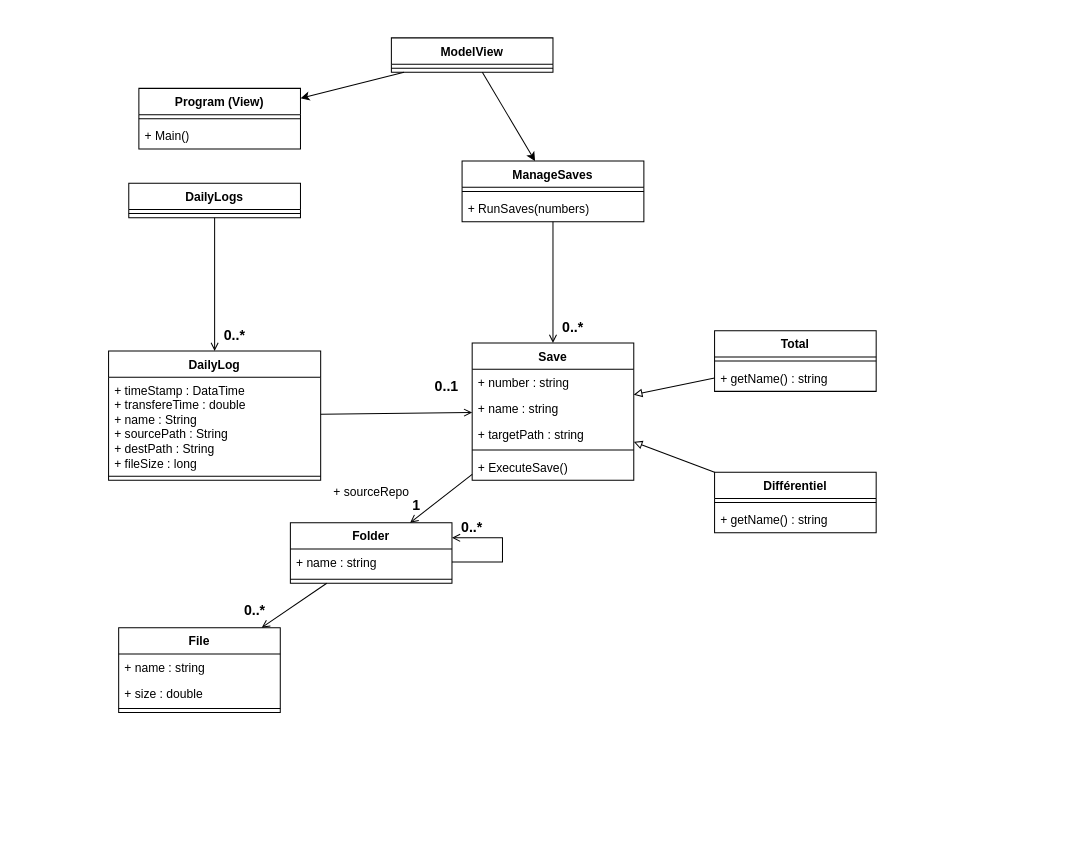
This is page "Classe" (1 of 4) of EazySave-Master/docs/Diagrammes/UML.drawio from Rudoni/EazySave, a draw.io file, before an edit. Source tidied: cells renumbered, new cells numbered last; positions are measured from the earlier drawing's top-left corner, leaving out a move shared by most shapes. Both pictures are drawn from the tidied source at 101%, with x=0, y=0 at pixel (108, 37).
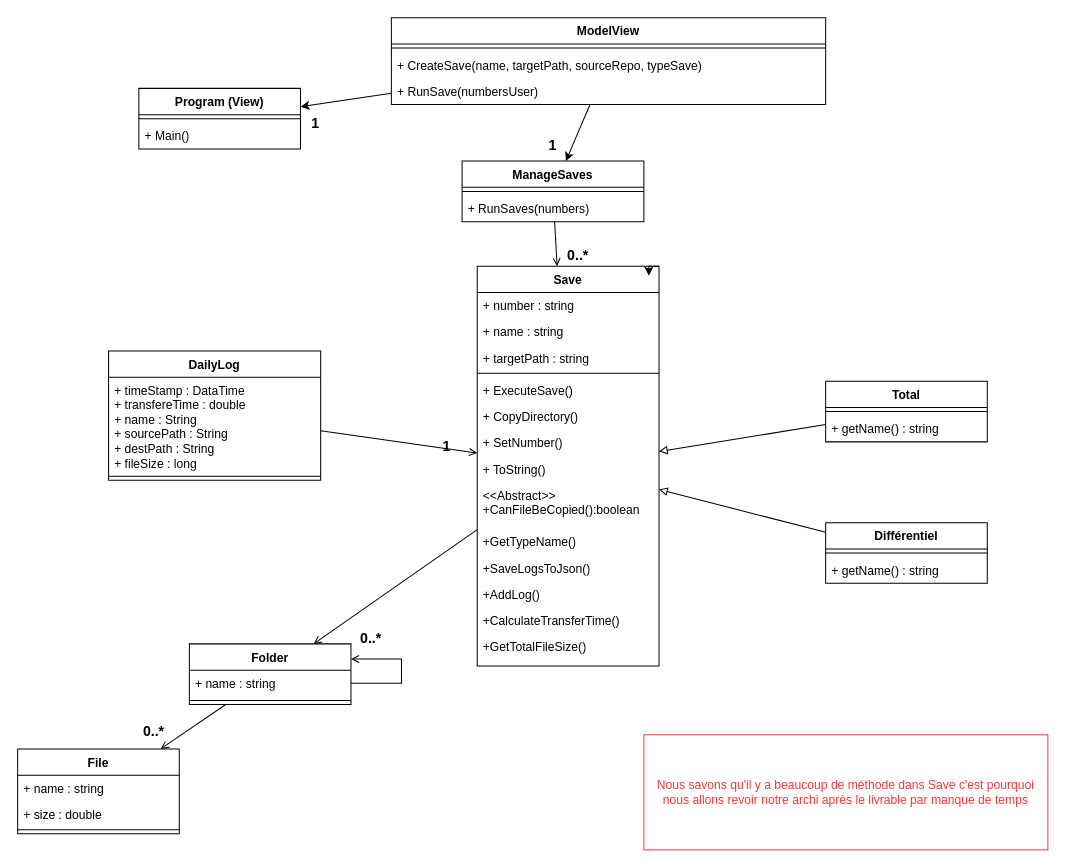
The same page after the edit.

Commit message (it also covers changes not shown here):
Add convert List to Json + Refont Classe Log + Add log to Save + Modification UML : Classe / Seq : CreateSave - RunSave

Unchanged cells that the change refers to:
```xml
<mxCell id="36" value="DailyLog" style="swimlane;fontStyle=1;align=center;verticalAlign=top;horizontal=1;startSize=26;whiteSpace=wrap;html=1;" parent="1" vertex="1">
  <mxGeometry y="310" width="210" height="128" as="geometry" />
</mxCell>
```

The edit, as a diff of the source:
```diff
@@
     <mxCell id="2" value="Save" style="swimlane;fontStyle=1;align=center;verticalAlign=top;horizontal=1;startSize=26;whiteSpace=wrap;html=1;" parent="1" vertex="1">
-      <mxGeometry x="360" y="302" width="160" height="136" as="geometry" />
+      <mxGeometry x="365" y="226" width="180" height="396" as="geometry" />
     </mxCell>
     <mxCell id="3" value="+ number : string" style="text;strokeColor=none;fillColor=none;align=left;verticalAlign=top;spacingLeft=4;spacingRight=4;overflow=hidden;whiteSpace=wrap;html=1;" parent="2" vertex="1">
-      <mxGeometry y="26" width="160" height="26" as="geometry" />
+      <mxGeometry y="26" width="180" height="26" as="geometry" />
     </mxCell>
     <mxCell id="4" value="+ name : string" style="text;strokeColor=none;fillColor=none;align=left;verticalAlign=top;spacingLeft=4;spacingRight=4;overflow=hidden;whiteSpace=wrap;html=1;" parent="2" vertex="1">
-      <mxGeometry y="52" width="160" height="26" as="geometry" />
+      <mxGeometry y="52" width="180" height="26" as="geometry" />
     </mxCell>
     <mxCell id="5" value="+ targetPath : string" style="text;strokeColor=none;fillColor=none;align=left;verticalAlign=top;spacingLeft=4;spacingRight=4;overflow=hidden;whiteSpace=wrap;html=1;" parent="2" vertex="1">
-      <mxGeometry y="78" width="160" height="24" as="geometry" />
+      <mxGeometry y="78" width="180" height="24" as="geometry" />
     </mxCell>
     <mxCell id="6" style="line;strokeWidth=1;fillColor=none;align=left;verticalAlign=middle;spacingTop=-1;spacingLeft=3;spacingRight=3;labelPosition=right;strokeColor=inherit;" parent="2" vertex="1">
-      <mxGeometry y="102" width="160" height="8" as="geometry" />
+      <mxGeometry y="102" width="180" height="8" as="geometry" />
     </mxCell>
     <mxCell id="7" value="+ ExecuteSave()" style="text;strokeColor=none;fillColor=none;align=left;verticalAlign=top;spacingLeft=4;spacingRight=4;overflow=hidden;whiteSpace=wrap;html=1;" parent="2" vertex="1">
-      <mxGeometry y="110" width="160" height="26" as="geometry" />
+      <mxGeometry y="110" width="180" height="26" as="geometry" />
     </mxCell>
+    <mxCell id="51" value="+ CopyDirectory()" style="text;strokeColor=none;fillColor=none;align=left;verticalAlign=top;spacingLeft=4;spacingRight=4;overflow=hidden;whiteSpace=wrap;html=1;" parent="2" vertex="1">
+      <mxGeometry y="136" width="180" height="26" as="geometry" />
+    </mxCell>
+    <mxCell id="52" value="+ SetNumber()" style="text;strokeColor=none;fillColor=none;align=left;verticalAlign=top;spacingLeft=4;spacingRight=4;overflow=hidden;whiteSpace=wrap;html=1;" parent="2" vertex="1">
+      <mxGeometry y="162" width="180" height="26" as="geometry" />
+    </mxCell>
+    <mxCell id="53" value="+ ToString()" style="text;strokeColor=none;fillColor=none;align=left;verticalAlign=top;spacingLeft=4;spacingRight=4;overflow=hidden;whiteSpace=wrap;html=1;" parent="2" vertex="1">
+      <mxGeometry y="188" width="180" height="26" as="geometry" />
+    </mxCell>
+    <mxCell id="54" value="&amp;lt;&amp;lt;Abstract&amp;gt;&amp;gt;&lt;br&gt;+CanFileBeCopied&lt;span style=&quot;background-color: initial;&quot;&gt;():boolean&lt;/span&gt;" style="text;strokeColor=none;fillColor=none;align=left;verticalAlign=top;spacingLeft=4;spacingRight=4;overflow=hidden;whiteSpace=wrap;html=1;" parent="2" vertex="1">
+      <mxGeometry y="214" width="180" height="46" as="geometry" />
+    </mxCell>
+    <mxCell id="55" value="+GetTypeName&lt;span style=&quot;background-color: initial;&quot;&gt;()&lt;/span&gt;" style="text;strokeColor=none;fillColor=none;align=left;verticalAlign=top;spacingLeft=4;spacingRight=4;overflow=hidden;whiteSpace=wrap;html=1;" parent="2" vertex="1">
+      <mxGeometry y="260" width="180" height="26" as="geometry" />
+    </mxCell>
+    <mxCell id="56" value="+SaveLogsToJson&lt;span style=&quot;background-color: initial;&quot;&gt;()&lt;/span&gt;" style="text;strokeColor=none;fillColor=none;align=left;verticalAlign=top;spacingLeft=4;spacingRight=4;overflow=hidden;whiteSpace=wrap;html=1;" parent="2" vertex="1">
+      <mxGeometry y="286" width="180" height="26" as="geometry" />
+    </mxCell>
+    <mxCell id="57" value="+AddLog&lt;span style=&quot;background-color: initial;&quot;&gt;()&lt;/span&gt;" style="text;strokeColor=none;fillColor=none;align=left;verticalAlign=top;spacingLeft=4;spacingRight=4;overflow=hidden;whiteSpace=wrap;html=1;" parent="2" vertex="1">
+      <mxGeometry y="312" width="180" height="26" as="geometry" />
+    </mxCell>
+    <mxCell id="58" value="+CalculateTransferTime&lt;span style=&quot;background-color: initial;&quot;&gt;()&lt;/span&gt;" style="text;strokeColor=none;fillColor=none;align=left;verticalAlign=top;spacingLeft=4;spacingRight=4;overflow=hidden;whiteSpace=wrap;html=1;" parent="2" vertex="1">
+      <mxGeometry y="338" width="180" height="26" as="geometry" />
+    </mxCell>
+    <mxCell id="59" value="+GetTotalFileSize&lt;span style=&quot;background-color: initial;&quot;&gt;()&lt;/span&gt;" style="text;strokeColor=none;fillColor=none;align=left;verticalAlign=top;spacingLeft=4;spacingRight=4;overflow=hidden;whiteSpace=wrap;html=1;" parent="2" vertex="1">
+      <mxGeometry y="364" width="180" height="32" as="geometry" />
+    </mxCell>
     <mxCell id="8" value="Total" style="swimlane;fontStyle=1;align=center;verticalAlign=top;horizontal=1;startSize=26;whiteSpace=wrap;html=1;" parent="1" vertex="1">
-      <mxGeometry x="600" y="290" width="160" height="60" as="geometry" />
+      <mxGeometry x="710" y="340" width="160" height="60" as="geometry" />
     </mxCell>
@@
     <mxCell id="11" value="Différentiel" style="swimlane;fontStyle=1;align=center;verticalAlign=top;horizontal=1;startSize=26;whiteSpace=wrap;html=1;" parent="1" vertex="1">
-      <mxGeometry x="600" y="430" width="160" height="60" as="geometry" />
+      <mxGeometry x="710" y="480" width="160" height="60" as="geometry" />
     </mxCell>
@@
     <mxCell id="14" value="File" style="swimlane;fontStyle=1;align=center;verticalAlign=top;horizontal=1;startSize=26;whiteSpace=wrap;html=1;" parent="1" vertex="1">
-      <mxGeometry x="10" y="584" width="160" height="84" as="geometry" />
+      <mxGeometry x="-90" y="704" width="160" height="84" as="geometry" />
     </mxCell>
@@
     <mxCell id="21" value="ModelView" style="swimlane;fontStyle=1;align=center;verticalAlign=top;horizontal=1;startSize=26;whiteSpace=wrap;html=1;" parent="1" vertex="1">
-      <mxGeometry x="280" width="160" height="34" as="geometry" />
+      <mxGeometry x="280" y="-20" width="430" height="86" as="geometry" />
     </mxCell>
     <mxCell id="22" style="line;strokeWidth=1;fillColor=none;align=left;verticalAlign=middle;spacingTop=-1;spacingLeft=3;spacingRight=3;labelPosition=right;strokeColor=inherit;" parent="21" vertex="1">
-      <mxGeometry y="26" width="160" height="8" as="geometry" />
+      <mxGeometry y="26" width="430" height="8" as="geometry" />
     </mxCell>
+    <mxCell id="60" value="+ CreateSave(name, targetPath, sourceRepo, typeSave)" style="text;strokeColor=none;fillColor=none;align=left;verticalAlign=top;spacingLeft=4;spacingRight=4;overflow=hidden;whiteSpace=wrap;html=1;" parent="21" vertex="1">
+      <mxGeometry y="34" width="430" height="26" as="geometry" />
+    </mxCell>
+    <mxCell id="61" value="+ RunSave(numbersUser)" style="text;strokeColor=none;fillColor=none;align=left;verticalAlign=top;spacingLeft=4;spacingRight=4;overflow=hidden;whiteSpace=wrap;html=1;" parent="21" vertex="1">
+      <mxGeometry y="60" width="430" height="26" as="geometry" />
+    </mxCell>
     <mxCell id="23" value="Folder" style="swimlane;fontStyle=1;align=center;verticalAlign=top;horizontal=1;startSize=26;whiteSpace=wrap;html=1;" parent="1" vertex="1">
-      <mxGeometry x="180" y="480" width="160" height="60" as="geometry" />
+      <mxGeometry x="80" y="600" width="160" height="60" as="geometry" />
     </mxCell>
@@
     <mxCell id="28" value="0..*" style="text;html=1;strokeColor=none;fillColor=none;align=center;verticalAlign=middle;whiteSpace=wrap;rounded=0;fontStyle=1;fontSize=14;" parent="1" vertex="1">
-      <mxGeometry x="130" y="552" width="30" height="30" as="geometry" />
+      <mxGeometry x="30" y="672" width="30" height="30" as="geometry" />
     </mxCell>
@@
-    <mxCell id="33" value="DailyLogs" style="swimlane;fontStyle=1;align=center;verticalAlign=top;horizontal=1;startSize=26;whiteSpace=wrap;html=1;" parent="1" vertex="1">
-      <mxGeometry x="20" y="144" width="170" height="34" as="geometry" />
-    </mxCell>
-    <mxCell id="34" style="line;strokeWidth=1;fillColor=none;align=left;verticalAlign=middle;spacingTop=-1;spacingLeft=3;spacingRight=3;labelPosition=right;strokeColor=inherit;" parent="33" vertex="1">
-      <mxGeometry y="26" width="170" height="8" as="geometry" />
-    </mxCell>
@@
-    <mxCell id="39" style="endArrow=none;html=1;rounded=0;endFill=0;startArrow=open;startFill=0;" parent="1" edge="1" source="36" target="33">
-      <mxGeometry relative="1" as="geometry" />
-    </mxCell>
@@
     <mxCell id="41" value="0..*" style="text;html=1;strokeColor=none;fillColor=none;align=center;verticalAlign=middle;whiteSpace=wrap;rounded=0;fontStyle=1;fontSize=14;" parent="1" vertex="1">
-      <mxGeometry x="350" y="470" width="20" height="30" as="geometry" />
+      <mxGeometry x="250" y="580" width="20" height="30" as="geometry" />
     </mxCell>
-    <mxCell id="42" value="0..1" style="text;html=1;strokeColor=none;fillColor=none;align=center;verticalAlign=middle;whiteSpace=wrap;rounded=0;fontStyle=1;fontSize=14;" parent="1" vertex="1">
-      <mxGeometry x="320" y="330" width="30" height="30" as="geometry" />
-    </mxCell>
     <mxCell id="43" value="1" style="text;html=1;strokeColor=none;fillColor=none;align=center;verticalAlign=middle;whiteSpace=wrap;rounded=0;fontStyle=1;fontSize=14;" parent="1" vertex="1">
-      <mxGeometry x="290" y="448" width="30" height="30" as="geometry" />
+      <mxGeometry x="320" y="390" width="30" height="30" as="geometry" />
     </mxCell>
-    <mxCell id="44" value="0..*" style="text;html=1;strokeColor=none;fillColor=none;align=center;verticalAlign=middle;whiteSpace=wrap;rounded=0;fontStyle=1;fontSize=14;" parent="1" vertex="1">
-      <mxGeometry x="110" y="280" width="30" height="30" as="geometry" />
-    </mxCell>
     <mxCell id="45" value="0..*" style="text;html=1;strokeColor=none;fillColor=none;align=center;verticalAlign=middle;whiteSpace=wrap;rounded=0;fontStyle=1;fontSize=14;" parent="1" vertex="1">
-      <mxGeometry x="450" y="272" width="20" height="30" as="geometry" />
+      <mxGeometry x="455" y="200" width="20" height="30" as="geometry" />
     </mxCell>
@@
-    <mxCell id="48" value="+ sourceRepo" style="text;html=1;align=center;verticalAlign=middle;strokeColor=none;fillColor=none;" parent="1" vertex="1">
-      <mxGeometry x="210" y="435" width="100" height="30" as="geometry" />
-    </mxCell>
@@
+    <mxCell id="62" value="1" style="text;html=1;strokeColor=none;fillColor=none;align=center;verticalAlign=middle;whiteSpace=wrap;rounded=0;fontStyle=1;fontSize=14;" parent="1" vertex="1">
+      <mxGeometry x="425" y="92" width="30" height="30" as="geometry" />
+    </mxCell>
+    <mxCell id="63" value="1" style="text;html=1;strokeColor=none;fillColor=none;align=center;verticalAlign=middle;whiteSpace=wrap;rounded=0;fontStyle=1;fontSize=14;" parent="1" vertex="1">
+      <mxGeometry x="190" y="70" width="30" height="30" as="geometry" />
+    </mxCell>
+    <mxCell id="64" style="edgeStyle=orthogonalEdgeStyle;rounded=0;orthogonalLoop=1;jettySize=auto;html=1;exitX=1;exitY=0;exitDx=0;exitDy=0;entryX=0.944;entryY=0.024;entryDx=0;entryDy=0;entryPerimeter=0;" parent="1" edge="1" source="2" target="2">
+      <mxGeometry relative="1" as="geometry" />
+    </mxCell>
+    <mxCell id="65" value="&lt;font color=&quot;#ff3333&quot;&gt;Nous savons qu'il y a beaucoup de méthode dans Save c'est pourquoi nous allons revoir notre archi après le livrable par manque de temps&lt;/font&gt;" style="rounded=0;whiteSpace=wrap;html=1;strokeColor=#FF3333;" parent="1" vertex="1">
+      <mxGeometry x="530" y="690" width="400" height="114" as="geometry" />
+    </mxCell>
```
